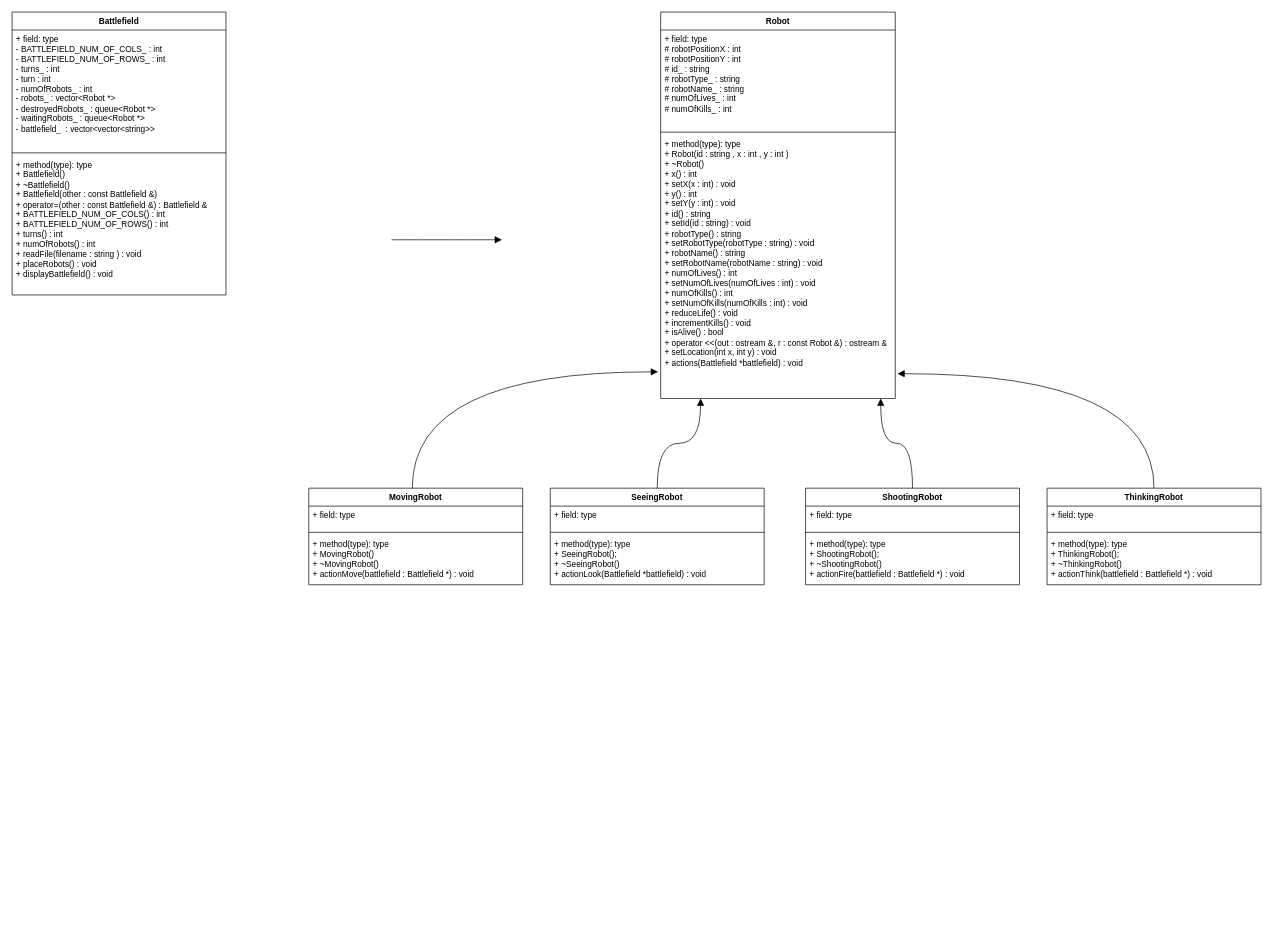
Earlier version of the draw.io diagram drawio/UML.drawio (nattprog/oopds-robots). Source tidied: cells renumbered, new cells numbered last; positions are measured from the earlier drawing's top-left corner, leaving out a move shared by most shapes. Both pictures are drawn from the tidied source at 69%, with x=0, y=0 at pixel (12, 12).
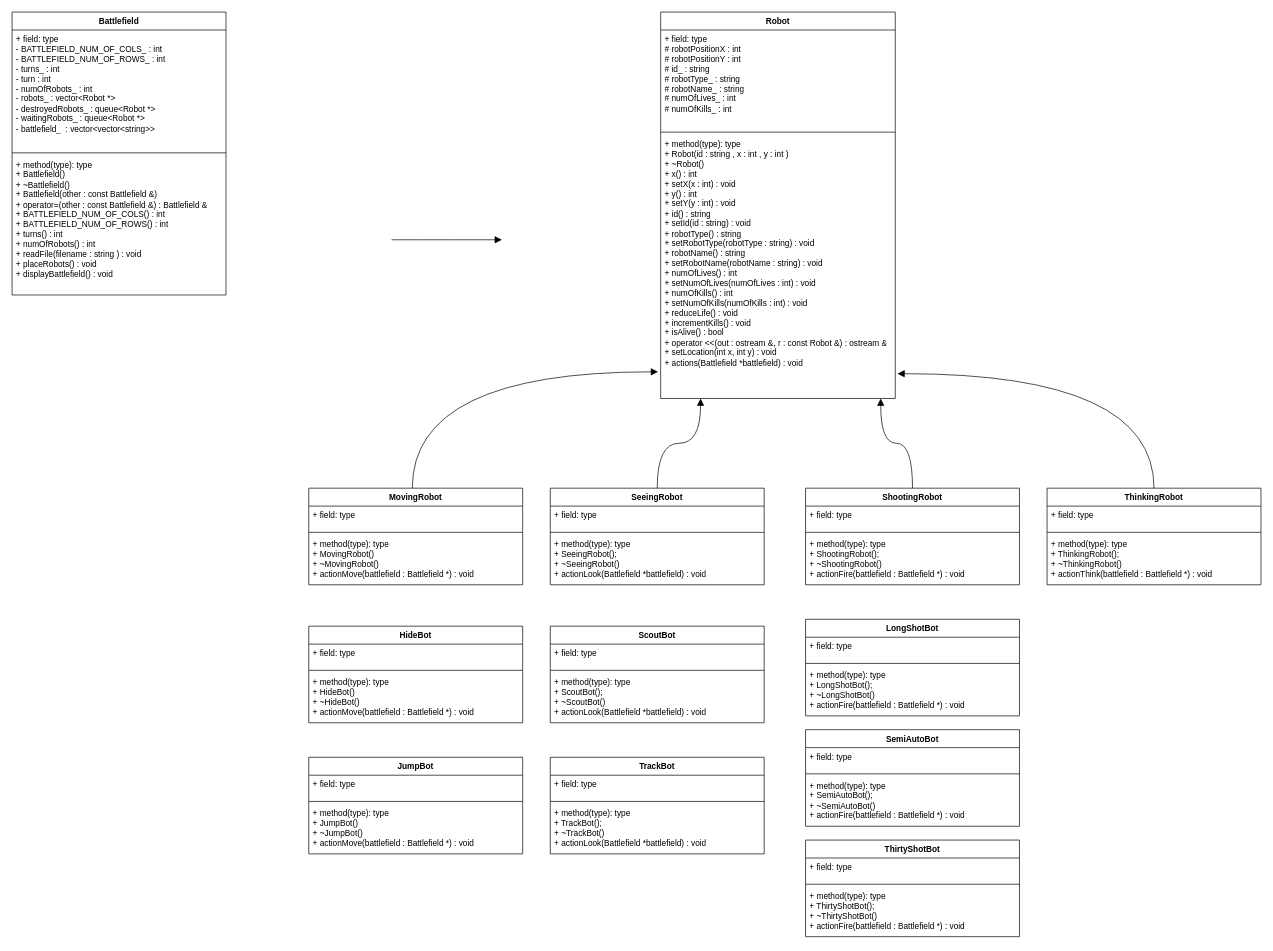
After the change.

The edit, as a diff of the source:
```diff
@@
+    <mxCell id="31" value="JumpBot" style="swimlane;fontStyle=1;align=center;verticalAlign=top;horizontal=1;startSize=26;whiteSpace=wrap;html=1;" parent="1" vertex="1">
+      <mxGeometry x="430" y="1080" width="310" height="140" as="geometry" />
+    </mxCell>
+    <mxCell id="32" value="&lt;div&gt;+ field: type&lt;/div&gt;&lt;div&gt;&lt;br&gt;&lt;/div&gt;" style="text;strokeColor=none;fillColor=none;align=left;verticalAlign=top;spacingLeft=4;spacingRight=4;overflow=hidden;whiteSpace=wrap;html=1;" parent="31" vertex="1">
+      <mxGeometry y="26" width="310" height="34" as="geometry" />
+    </mxCell>
+    <mxCell id="33" style="line;strokeWidth=1;fillColor=none;align=left;verticalAlign=middle;spacingTop=-1;spacingLeft=3;spacingRight=3;labelPosition=right;strokeColor=inherit;" parent="31" vertex="1">
+      <mxGeometry y="60" width="310" height="8" as="geometry" />
+    </mxCell>
+    <mxCell id="34" value="&lt;div&gt;+ method(type): type&lt;/div&gt;&lt;div&gt;+&amp;nbsp;JumpBot()&lt;/div&gt;&lt;div&gt;+ ~JumpBot()&lt;/div&gt;+ actionMove(battlefield : Battlefield *) : void" style="text;strokeColor=none;fillColor=none;align=left;verticalAlign=top;spacingLeft=4;spacingRight=4;overflow=hidden;whiteSpace=wrap;html=1;" parent="31" vertex="1">
+      <mxGeometry y="68" width="310" height="72" as="geometry" />
+    </mxCell>
+    <mxCell id="35" value="HideBot" style="swimlane;fontStyle=1;align=center;verticalAlign=top;horizontal=1;startSize=26;whiteSpace=wrap;html=1;" parent="1" vertex="1">
+      <mxGeometry x="430" y="890" width="310" height="140" as="geometry" />
+    </mxCell>
+    <mxCell id="36" value="&lt;div&gt;+ field: type&lt;/div&gt;&lt;div&gt;&lt;br&gt;&lt;/div&gt;" style="text;strokeColor=none;fillColor=none;align=left;verticalAlign=top;spacingLeft=4;spacingRight=4;overflow=hidden;whiteSpace=wrap;html=1;" parent="35" vertex="1">
+      <mxGeometry y="26" width="310" height="34" as="geometry" />
+    </mxCell>
+    <mxCell id="37" style="line;strokeWidth=1;fillColor=none;align=left;verticalAlign=middle;spacingTop=-1;spacingLeft=3;spacingRight=3;labelPosition=right;strokeColor=inherit;" parent="35" vertex="1">
+      <mxGeometry y="60" width="310" height="8" as="geometry" />
+    </mxCell>
+    <mxCell id="38" value="&lt;div&gt;+ method(type): type&lt;/div&gt;&lt;div&gt;+ HideBot()&lt;/div&gt;&lt;div&gt;+ ~HideBot()&lt;/div&gt;+ actionMove(battlefield : Battlefield *) : void" style="text;strokeColor=none;fillColor=none;align=left;verticalAlign=top;spacingLeft=4;spacingRight=4;overflow=hidden;whiteSpace=wrap;html=1;" parent="35" vertex="1">
+      <mxGeometry y="68" width="310" height="72" as="geometry" />
+    </mxCell>
+    <mxCell id="39" value="LongShotBot" style="swimlane;fontStyle=1;align=center;verticalAlign=top;horizontal=1;startSize=26;whiteSpace=wrap;html=1;" parent="1" vertex="1">
+      <mxGeometry x="1150" y="880" width="310" height="140" as="geometry" />
+    </mxCell>
+    <mxCell id="40" value="&lt;div&gt;+ field: type&lt;/div&gt;&lt;div&gt;&lt;br&gt;&lt;/div&gt;" style="text;strokeColor=none;fillColor=none;align=left;verticalAlign=top;spacingLeft=4;spacingRight=4;overflow=hidden;whiteSpace=wrap;html=1;" parent="39" vertex="1">
+      <mxGeometry y="26" width="310" height="34" as="geometry" />
+    </mxCell>
+    <mxCell id="41" style="line;strokeWidth=1;fillColor=none;align=left;verticalAlign=middle;spacingTop=-1;spacingLeft=3;spacingRight=3;labelPosition=right;strokeColor=inherit;" parent="39" vertex="1">
+      <mxGeometry y="60" width="310" height="8" as="geometry" />
+    </mxCell>
+    <mxCell id="42" value="&lt;div&gt;+ method(type): type&lt;/div&gt;+&amp;nbsp;LongShotBot();&lt;br&gt;&lt;div&gt;+ ~LongShotBot()&lt;/div&gt;&lt;div&gt;+ actionFire(battlefield : Battlefield *) : void&lt;/div&gt;" style="text;strokeColor=none;fillColor=none;align=left;verticalAlign=top;spacingLeft=4;spacingRight=4;overflow=hidden;whiteSpace=wrap;html=1;" parent="39" vertex="1">
+      <mxGeometry y="68" width="310" height="72" as="geometry" />
+    </mxCell>
+    <mxCell id="43" value="SemiAutoBot" style="swimlane;fontStyle=1;align=center;verticalAlign=top;horizontal=1;startSize=26;whiteSpace=wrap;html=1;" parent="1" vertex="1">
+      <mxGeometry x="1150" y="1040" width="310" height="140" as="geometry" />
+    </mxCell>
+    <mxCell id="44" value="&lt;div&gt;+ field: type&lt;/div&gt;&lt;div&gt;&lt;br&gt;&lt;/div&gt;" style="text;strokeColor=none;fillColor=none;align=left;verticalAlign=top;spacingLeft=4;spacingRight=4;overflow=hidden;whiteSpace=wrap;html=1;" parent="43" vertex="1">
+      <mxGeometry y="26" width="310" height="34" as="geometry" />
+    </mxCell>
+    <mxCell id="45" style="line;strokeWidth=1;fillColor=none;align=left;verticalAlign=middle;spacingTop=-1;spacingLeft=3;spacingRight=3;labelPosition=right;strokeColor=inherit;" parent="43" vertex="1">
+      <mxGeometry y="60" width="310" height="8" as="geometry" />
+    </mxCell>
+    <mxCell id="46" value="&lt;div&gt;+ method(type): type&lt;/div&gt;+&amp;nbsp;SemiAutoBot();&lt;br&gt;&lt;div&gt;+ ~SemiAutoBot()&lt;/div&gt;&lt;div&gt;+ actionFire(battlefield : Battlefield *) : void&lt;/div&gt;" style="text;strokeColor=none;fillColor=none;align=left;verticalAlign=top;spacingLeft=4;spacingRight=4;overflow=hidden;whiteSpace=wrap;html=1;" parent="43" vertex="1">
+      <mxGeometry y="68" width="310" height="72" as="geometry" />
+    </mxCell>
+    <mxCell id="47" value="ThirtyShotBot" style="swimlane;fontStyle=1;align=center;verticalAlign=top;horizontal=1;startSize=26;whiteSpace=wrap;html=1;" parent="1" vertex="1">
+      <mxGeometry x="1150" y="1200" width="310" height="140" as="geometry" />
+    </mxCell>
+    <mxCell id="48" value="&lt;div&gt;+ field: type&lt;/div&gt;&lt;div&gt;&lt;br&gt;&lt;/div&gt;" style="text;strokeColor=none;fillColor=none;align=left;verticalAlign=top;spacingLeft=4;spacingRight=4;overflow=hidden;whiteSpace=wrap;html=1;" parent="47" vertex="1">
+      <mxGeometry y="26" width="310" height="34" as="geometry" />
+    </mxCell>
+    <mxCell id="49" style="line;strokeWidth=1;fillColor=none;align=left;verticalAlign=middle;spacingTop=-1;spacingLeft=3;spacingRight=3;labelPosition=right;strokeColor=inherit;" parent="47" vertex="1">
+      <mxGeometry y="60" width="310" height="8" as="geometry" />
+    </mxCell>
+    <mxCell id="50" value="&lt;div&gt;+ method(type): type&lt;/div&gt;+ ThirtyShotBot();&lt;br&gt;&lt;div&gt;+ ~ThirtyShotBot()&lt;/div&gt;&lt;div&gt;+ actionFire(battlefield : Battlefield *) : void&lt;/div&gt;" style="text;strokeColor=none;fillColor=none;align=left;verticalAlign=top;spacingLeft=4;spacingRight=4;overflow=hidden;whiteSpace=wrap;html=1;" parent="47" vertex="1">
+      <mxGeometry y="68" width="310" height="72" as="geometry" />
+    </mxCell>
+    <mxCell id="51" value="ScoutBot" style="swimlane;fontStyle=1;align=center;verticalAlign=top;horizontal=1;startSize=26;whiteSpace=wrap;html=1;" parent="1" vertex="1">
+      <mxGeometry x="780" y="890" width="310" height="140" as="geometry" />
+    </mxCell>
+    <mxCell id="52" value="&lt;div&gt;+ field: type&lt;/div&gt;&lt;div&gt;&lt;br&gt;&lt;/div&gt;" style="text;strokeColor=none;fillColor=none;align=left;verticalAlign=top;spacingLeft=4;spacingRight=4;overflow=hidden;whiteSpace=wrap;html=1;" parent="51" vertex="1">
+      <mxGeometry y="26" width="310" height="34" as="geometry" />
+    </mxCell>
+    <mxCell id="53" style="line;strokeWidth=1;fillColor=none;align=left;verticalAlign=middle;spacingTop=-1;spacingLeft=3;spacingRight=3;labelPosition=right;strokeColor=inherit;" parent="51" vertex="1">
+      <mxGeometry y="60" width="310" height="8" as="geometry" />
+    </mxCell>
+    <mxCell id="54" value="&lt;div&gt;+ method(type): type&lt;/div&gt;&lt;div&gt;+&amp;nbsp;ScoutBot();&lt;/div&gt;&lt;div&gt;+ ~ScoutBot()&lt;/div&gt;+ actionLook(Battlefield *battlefield) : void" style="text;strokeColor=none;fillColor=none;align=left;verticalAlign=top;spacingLeft=4;spacingRight=4;overflow=hidden;whiteSpace=wrap;html=1;" parent="51" vertex="1">
+      <mxGeometry y="68" width="310" height="72" as="geometry" />
+    </mxCell>
+    <mxCell id="55" value="TrackBot" style="swimlane;fontStyle=1;align=center;verticalAlign=top;horizontal=1;startSize=26;whiteSpace=wrap;html=1;" parent="1" vertex="1">
+      <mxGeometry x="780" y="1080" width="310" height="140" as="geometry" />
+    </mxCell>
+    <mxCell id="56" value="&lt;div&gt;+ field: type&lt;/div&gt;&lt;div&gt;&lt;br&gt;&lt;/div&gt;" style="text;strokeColor=none;fillColor=none;align=left;verticalAlign=top;spacingLeft=4;spacingRight=4;overflow=hidden;whiteSpace=wrap;html=1;" parent="55" vertex="1">
+      <mxGeometry y="26" width="310" height="34" as="geometry" />
+    </mxCell>
+    <mxCell id="57" style="line;strokeWidth=1;fillColor=none;align=left;verticalAlign=middle;spacingTop=-1;spacingLeft=3;spacingRight=3;labelPosition=right;strokeColor=inherit;" parent="55" vertex="1">
+      <mxGeometry y="60" width="310" height="8" as="geometry" />
+    </mxCell>
+    <mxCell id="58" value="&lt;div&gt;+ method(type): type&lt;/div&gt;&lt;div&gt;+ TrackBot();&lt;/div&gt;&lt;div&gt;+ ~TrackBot()&lt;/div&gt;+ actionLook(Battlefield *battlefield) : void" style="text;strokeColor=none;fillColor=none;align=left;verticalAlign=top;spacingLeft=4;spacingRight=4;overflow=hidden;whiteSpace=wrap;html=1;" parent="55" vertex="1">
+      <mxGeometry y="68" width="310" height="72" as="geometry" />
+    </mxCell>
```
